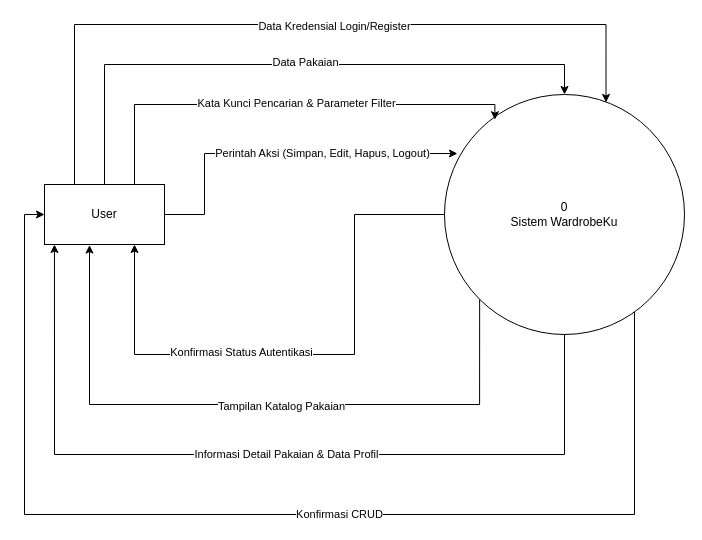
The draw.io diagram DFD-PROGMOB.drawio in elikawicaksana/BuildIT_BasisData, before the edit. Source tidied: cells renumbered, new cells numbered last; positions are measured from the earlier drawing's top-left corner, leaving out a move shared by most shapes. Both pictures are drawn from the tidied source at 100%, with x=0, y=0 at pixel (24, 24).
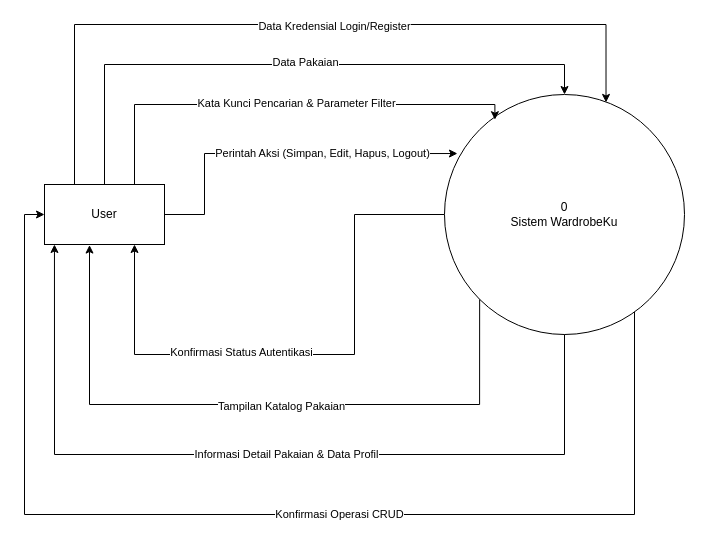
The same diagram, later.

The change refers to these unchanged cells:
```xml
<mxCell id="4" style="edgeStyle=orthogonalEdgeStyle;rounded=0;jettySize=auto;html=1;entryX=0;entryY=0.5;entryDx=0;entryDy=0;" parent="1" edge="1" source="6" target="9">
  <mxGeometry relative="1" as="geometry">
    <Array as="points">
      <mxPoint x="610" y="490" />
      <mxPoint y="490" />
      <mxPoint y="190" />
    </Array>
  </mxGeometry>
</mxCell>
```

What changed in the source:
```diff
@@
-    <mxCell id="5" value="Konfirmasi CRUD" style="edgeLabel;html=1;align=center;verticalAlign=middle;" parent="4" vertex="1">
+    <mxCell id="5" value="Konfirmasi Operasi CRUD" style="edgeLabel;html=1;align=center;verticalAlign=middle;" parent="4" vertex="1">
       <mxGeometry x="-0.12" y="-1" relative="1" as="geometry" />
     </mxCell>
```
